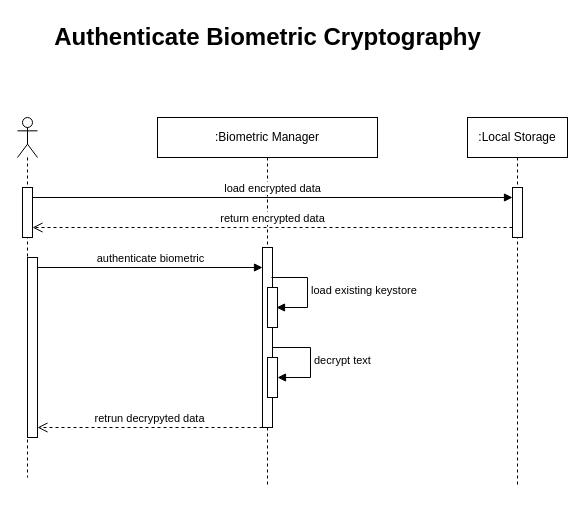
This is Best Practice/Authenticate Biometric Cryptography.drawio from fadlurahmanfdev/draw_io, a draw.io file, before an edit. Source tidied: cells renumbered, new cells numbered last; positions are measured from the earlier drawing's top-left corner, leaving out a move shared by most shapes. Both pictures are drawn from the tidied source at 100%, with x=0, y=0 at pixel (17, 17).
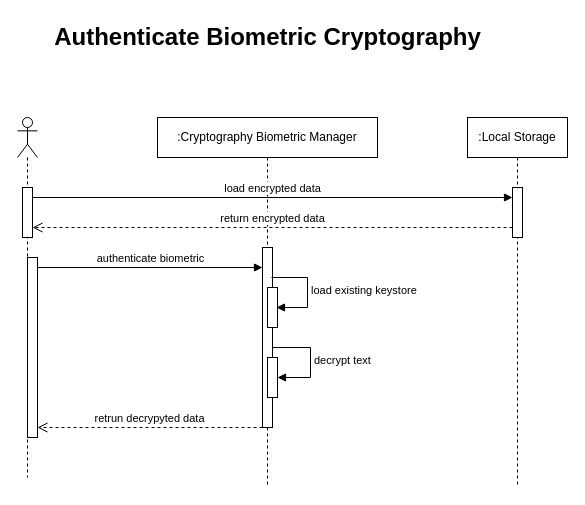
The same diagram, later.

What changed in the source:
```diff
@@
-    <mxCell id="3" value=":Biometric Manager" style="shape=umlLifeline;perimeter=lifelinePerimeter;whiteSpace=wrap;html=1;newEdgeStyle={&quot;curved&quot;:0,&quot;rounded&quot;:0};" parent="1" vertex="1">
+    <mxCell id="3" value=":Cryptography Biometric Manager" style="shape=umlLifeline;perimeter=lifelinePerimeter;whiteSpace=wrap;html=1;newEdgeStyle={&quot;curved&quot;:0,&quot;rounded&quot;:0};" parent="1" vertex="1">
       <mxGeometry x="140" y="100" width="220" height="370" as="geometry" />
     </mxCell>
```
